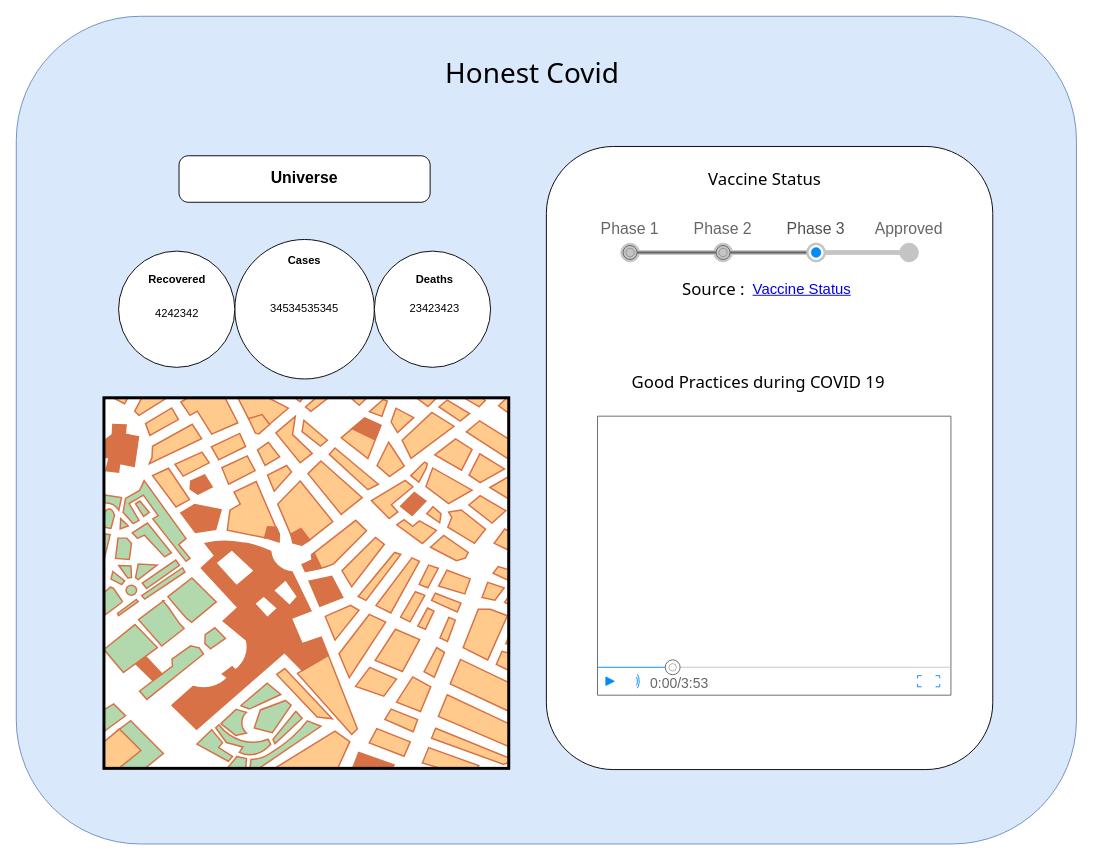
The draw.io diagram HonestCovid.drawio in heeat/Honest-Covid, before the edit. Source tidied: cells renumbered, new cells numbered last; positions are measured from the earlier drawing's top-left corner, leaving out a move shared by most shapes. Both pictures are drawn from the tidied source at 93%, with x=0, y=0 at pixel (16, 16).
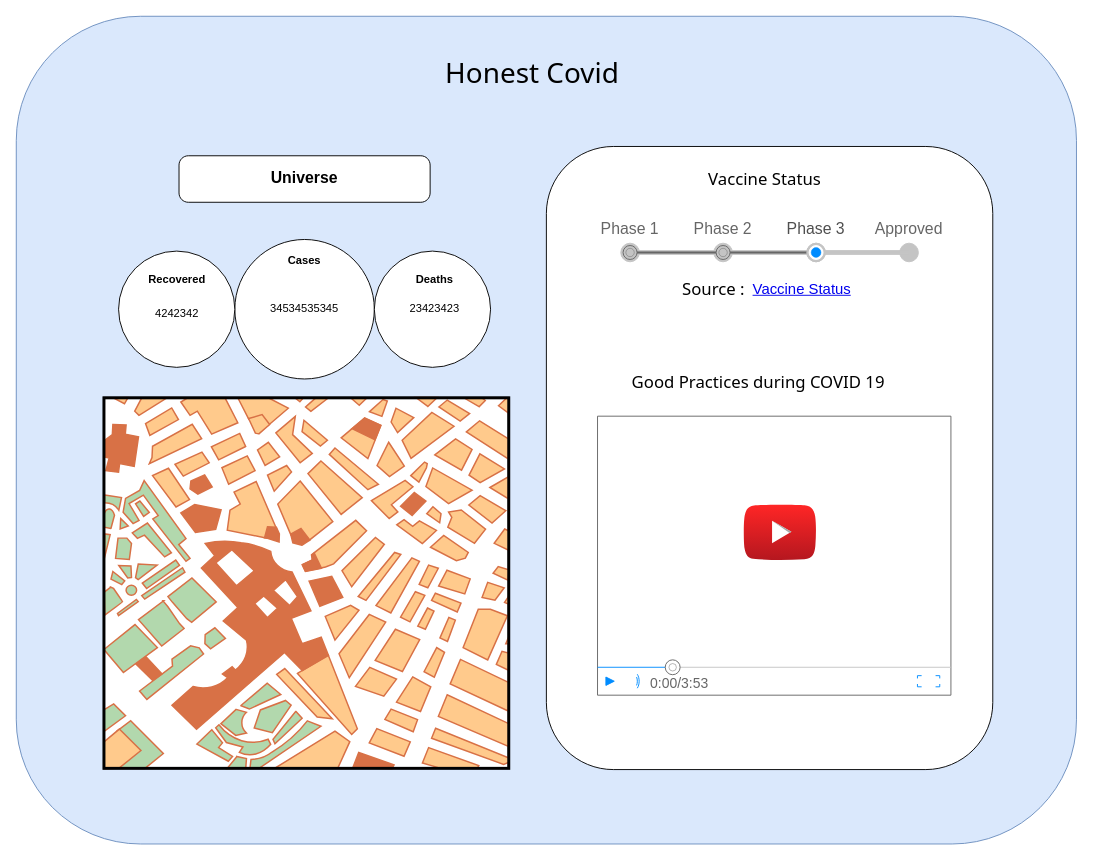
The same page after the edit.

Change to the diagram source:
```diff
@@
+    <mxCell id="23" style="dashed=0;html=1;align=center;labelPosition=center;verticalLabelPosition=bottom;verticalAlign=top;shape=mxgraph.weblogos.youtube_2;fillColor=#FF2626;gradientColor=#B5171F;fontFamily=Tahoma;fontSize=16;fontColor=#000000;" parent="1" vertex="1">
+      <mxGeometry x="782" y="525" width="78.2" height="60" as="geometry" />
+    </mxCell>
```
